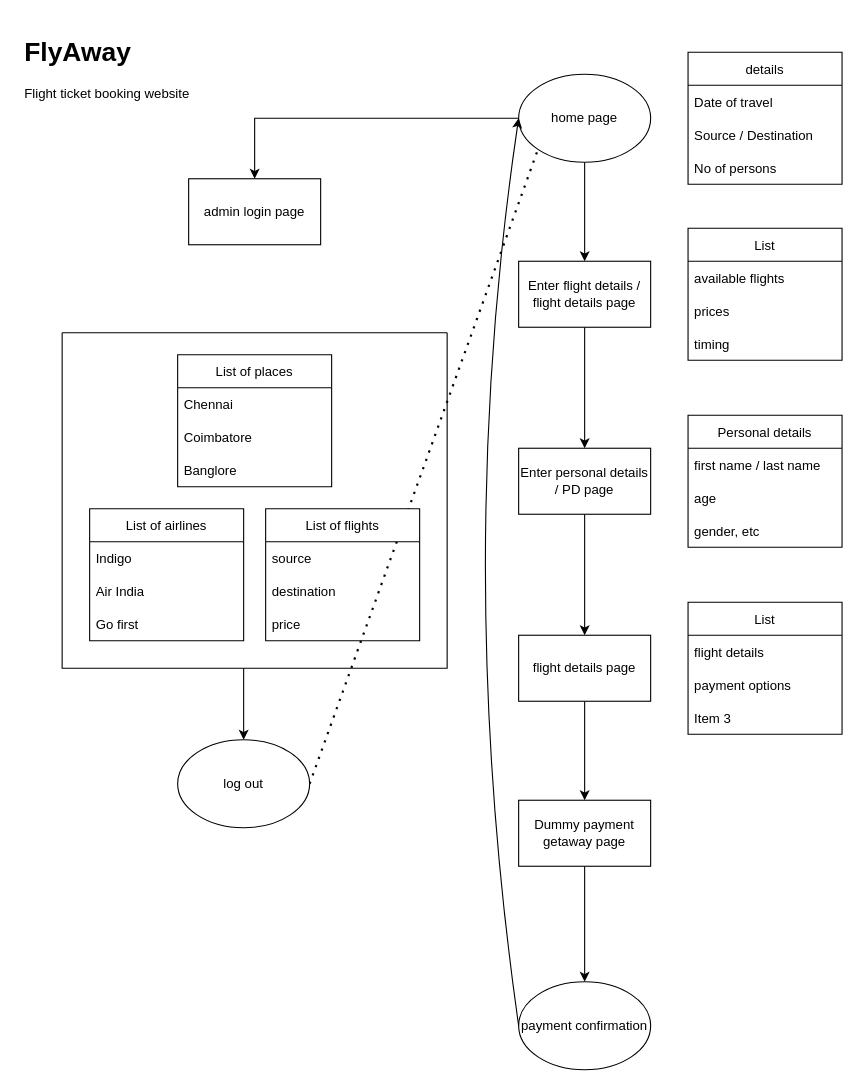
Earlier version of the draw.io diagram FlyAway.drawio (vishnugautam/FlyAway). Source tidied: cells renumbered, new cells numbered last; positions are measured from the earlier drawing's top-left corner, leaving out a move shared by most shapes. Both pictures are drawn from the tidied source at 110%, with x=0, y=0 at pixel (19, 30).
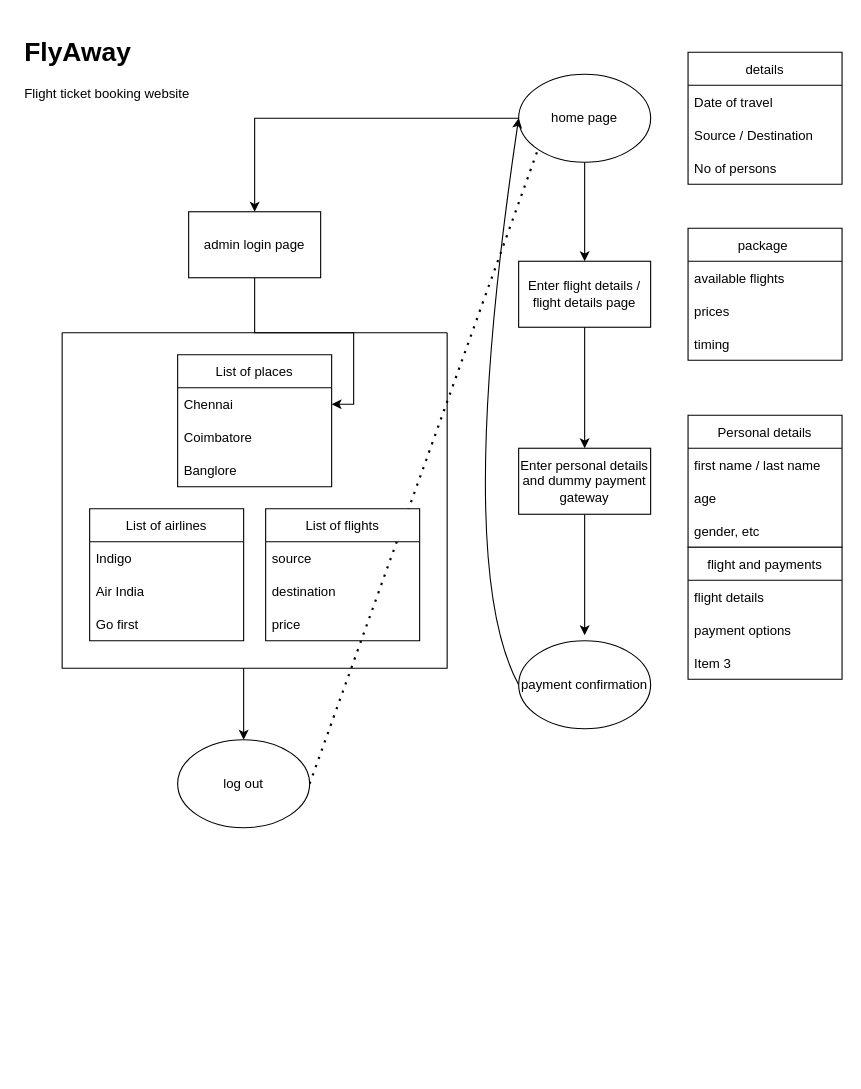
Above is the later version.

Commit message (it also covers changes not shown here):
added flow chart png

The change refers to these unchanged cells:
```xml
<mxCell id="38" value="Chennai" style="text;strokeColor=none;fillColor=none;align=left;verticalAlign=middle;spacingLeft=4;spacingRight=4;overflow=hidden;points=[[0,0.5],[1,0.5]];portConstraint=eastwest;" parent="37" vertex="1">
  <mxGeometry y="30" width="140" height="30" as="geometry" />
</mxCell>
```

Diff of the diagram source:
```diff
@@
-    <mxCell id="7" value="List" style="swimlane;fontStyle=0;horizontal=1;startSize=30;" parent="1" vertex="1">
+    <mxCell id="7" value="package " style="swimlane;fontStyle=0;horizontal=1;startSize=30;" parent="1" vertex="1">
       <mxGeometry x="608" y="180" width="140" height="120" as="geometry" />
     </mxCell>
@@
-    <mxCell id="15" value="List" style="swimlane;fontStyle=0;horizontal=1;startSize=30;" parent="1" vertex="1">
-      <mxGeometry x="608" y="520" width="140" height="120" as="geometry" />
+    <mxCell id="15" value="flight and payments" style="swimlane;fontStyle=0;horizontal=1;startSize=30;" parent="1" vertex="1">
+      <mxGeometry x="608" y="470" width="140" height="120" as="geometry" />
     </mxCell>
@@
-    <mxCell id="23" style="edgeStyle=orthogonalEdgeStyle;rounded=0;jettySize=auto;html=1;" parent="1" edge="1" source="24" target="26">
-      <mxGeometry relative="1" as="geometry" />
+    <mxCell id="23" style="edgeStyle=orthogonalEdgeStyle;rounded=0;jettySize=auto;html=1;" parent="1" edge="1" source="24">
+      <mxGeometry relative="1" as="geometry">
+        <mxPoint x="514" y="550" as="targetPoint" />
+      </mxGeometry>
     </mxCell>
-    <mxCell id="24" value="Enter personal details / PD page" style="rounded=0;whiteSpace=wrap;html=1;" parent="1" vertex="1">
+    <mxCell id="24" value="Enter personal details and dummy payment gateway" style="rounded=0;whiteSpace=wrap;html=1;" parent="1" vertex="1">
       <mxGeometry x="454" y="380" width="120" height="60" as="geometry" />
     </mxCell>
-    <mxCell id="25" style="edgeStyle=orthogonalEdgeStyle;rounded=0;jettySize=auto;html=1;" parent="1" edge="1" source="26" target="28">
-      <mxGeometry relative="1" as="geometry" />
-    </mxCell>
-    <mxCell id="26" value="flight details page" style="rounded=0;whiteSpace=wrap;html=1;" parent="1" vertex="1">
-      <mxGeometry x="454" y="550" width="120" height="60" as="geometry" />
-    </mxCell>
-    <mxCell id="27" style="edgeStyle=orthogonalEdgeStyle;rounded=0;jettySize=auto;html=1;" parent="1" edge="1" source="28" target="29">
-      <mxGeometry relative="1" as="geometry" />
-    </mxCell>
-    <mxCell id="28" value="Dummy payment getaway page" style="rounded=0;whiteSpace=wrap;html=1;" parent="1" vertex="1">
-      <mxGeometry x="454" y="700" width="120" height="60" as="geometry" />
-    </mxCell>
     <mxCell id="29" value="payment confirmation" style="ellipse;whiteSpace=wrap;html=1;" parent="1" vertex="1">
-      <mxGeometry x="454" y="865" width="120" height="80" as="geometry" />
+      <mxGeometry x="454" y="555" width="120" height="80" as="geometry" />
     </mxCell>
+    <mxCell id="50" style="edgeStyle=orthogonalEdgeStyle;rounded=0;jettySize=auto;html=1;" parent="1" edge="1" source="30" target="38">
+      <mxGeometry relative="1" as="geometry" />
+    </mxCell>
     <mxCell id="30" value="admin login page" style="rounded=0;whiteSpace=wrap;html=1;" parent="1" vertex="1">
-      <mxGeometry x="154" y="135" width="120" height="60" as="geometry" />
+      <mxGeometry x="154" y="165" width="120" height="60" as="geometry" />
     </mxCell>
```
